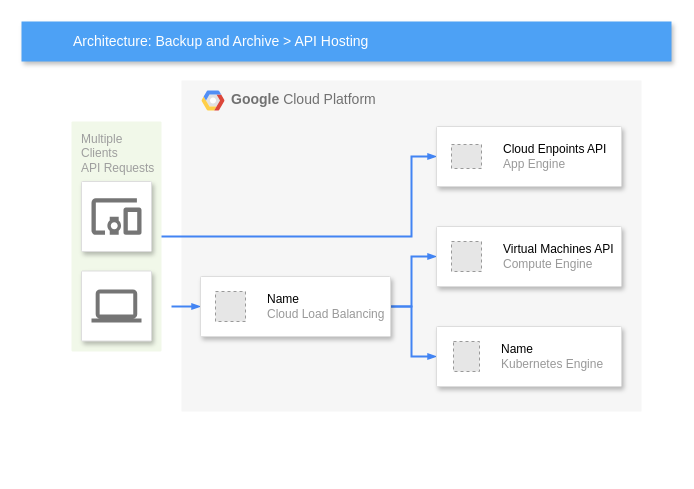
Before: Diagram Tanpa Judul.drawio in AgriScan-C242-PS521/tes, a draw.io diagram. Source tidied: cells renumbered, new cells numbered last; positions are measured from the earlier drawing's top-left corner, leaving out a move shared by most shapes. Both pictures are drawn from the tidied source at 100%, with x=0, y=0 at pixel (21, 21). Pictures stored in the file or linked from it are replaced by grey dashed boxes.
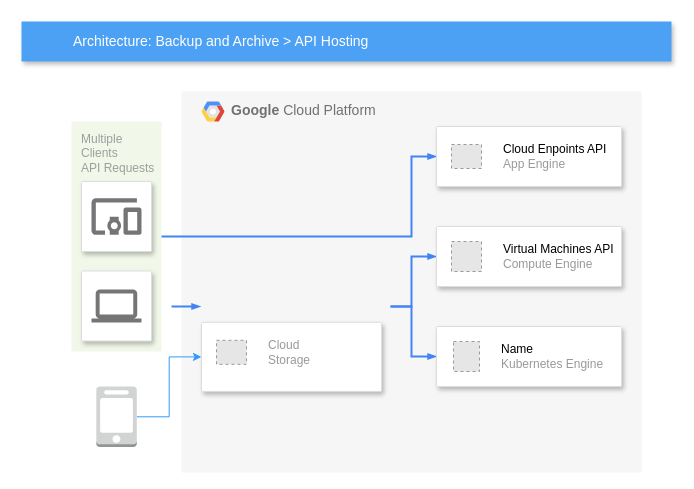
The same diagram, later.

The change refers to these unchanged cells:
```xml
<mxCell id="14" style="strokeColor=#dddddd;shadow=1;strokeWidth=1;rounded=1;absoluteArcSize=1;arcSize=2;" parent="1" vertex="1">
  <mxGeometry x="415" y="205" width="185" height="60" as="geometry" />
</mxCell>
<mxCell id="18" style="strokeColor=#dddddd;shadow=1;strokeWidth=1;rounded=1;absoluteArcSize=1;arcSize=2;" parent="1" vertex="1">
  <mxGeometry x="415" y="305" width="185" height="60" as="geometry" />
</mxCell>
```

Change to the diagram source:
```diff
@@
     <mxCell id="2" value="&lt;b&gt;Google &lt;/b&gt;Cloud Platform" style="fillColor=#F6F6F6;strokeColor=none;shadow=0;gradientColor=none;fontSize=14;align=left;spacing=10;fontColor=#717171;9E9E9E;verticalAlign=top;spacingTop=-4;fontStyle=0;spacingLeft=40;html=1;" parent="1" vertex="1">
-      <mxGeometry x="160" y="59" width="460" height="331" as="geometry" />
+      <mxGeometry x="160" y="70" width="460" height="381" as="geometry" />
     </mxCell>
@@
+    <mxCell id="22" style="strokeColor=#dddddd;shadow=1;strokeWidth=1;rounded=1;absoluteArcSize=1;arcSize=2;" parent="2" vertex="1">
+      <mxGeometry x="20" y="230.8" width="180" height="69.1" as="geometry" />
+    </mxCell>
+    <mxCell id="23" value="Cloud&#10;Storage" style="fillColor=#E6E6E6;strokeColor=#999999;dashed=1;html=1;fontColor=#999999;verticalLabelPosition=middle;verticalAlign=middle;labelPosition=right;align=left;spacingLeft=20;" parent="22" vertex="1">
+      <mxGeometry width="30" height="24" relative="1" as="geometry">
+        <mxPoint x="15" y="18" as="offset" />
+      </mxGeometry>
+    </mxCell>
@@
-    <mxCell id="9" style="edgeStyle=elbowEdgeStyle;rounded=0;elbow=vertical;html=1;labelBackgroundColor=none;startFill=1;startSize=4;endArrow=blockThin;endFill=1;endSize=4;jettySize=auto;strokeColor=#4284F3;strokeWidth=2;fontSize=12;fontColor=#000000;align=left;dashed=0;" parent="1" edge="1" target="20">
+    <mxCell id="9" style="edgeStyle=elbowEdgeStyle;rounded=0;elbow=vertical;html=1;labelBackgroundColor=none;startFill=1;startSize=4;endArrow=blockThin;endFill=1;endSize=4;jettySize=auto;orthogonalLoop=1;strokeColor=#4284F3;strokeWidth=2;fontSize=12;fontColor=#000000;align=left;dashed=0;" parent="1" edge="1">
       <mxGeometry relative="1" as="geometry">
         <mxPoint x="150" y="285" as="sourcePoint" />
+        <mxPoint x="179" y="285" as="targetPoint" />
       </mxGeometry>
     </mxCell>
@@
-    <mxCell id="12" style="edgeStyle=orthogonalEdgeStyle;rounded=0;elbow=vertical;html=1;labelBackgroundColor=none;startFill=1;startSize=4;endArrow=blockThin;endFill=1;endSize=4;jettySize=auto;strokeColor=#4284F3;strokeWidth=2;fontSize=12;fontColor=#000000;align=left;dashed=0;" parent="1" edge="1" source="20" target="14">
+    <mxCell id="12" style="edgeStyle=orthogonalEdgeStyle;rounded=0;elbow=vertical;html=1;labelBackgroundColor=none;startFill=1;startSize=4;endArrow=blockThin;endFill=1;endSize=4;jettySize=auto;strokeColor=#4284F3;strokeWidth=2;fontSize=12;fontColor=#000000;align=left;dashed=0;" parent="1" edge="1" target="14">
       <mxGeometry relative="1" as="geometry">
+        <mxPoint x="369" y="285" as="sourcePoint" />
         <Array as="points">
           <mxPoint x="390" y="285" />
           <mxPoint x="390" y="235" />
         </Array>
       </mxGeometry>
     </mxCell>
-    <mxCell id="13" style="edgeStyle=orthogonalEdgeStyle;rounded=0;elbow=vertical;html=1;labelBackgroundColor=none;startFill=1;startSize=4;endArrow=blockThin;endFill=1;endSize=4;jettySize=auto;strokeColor=#4284F3;strokeWidth=2;fontSize=12;fontColor=#000000;align=left;dashed=0;" parent="1" edge="1" source="20" target="18">
+    <mxCell id="13" style="edgeStyle=orthogonalEdgeStyle;rounded=0;elbow=vertical;html=1;labelBackgroundColor=none;startFill=1;startSize=4;endArrow=blockThin;endFill=1;endSize=4;jettySize=auto;strokeColor=#4284F3;strokeWidth=2;fontSize=12;fontColor=#000000;align=left;dashed=0;" parent="1" edge="1" target="18">
       <mxGeometry relative="1" as="geometry">
+        <mxPoint x="369" y="285" as="sourcePoint" />
         <Array as="points">
           <mxPoint x="390" y="285" />
           <mxPoint x="390" y="335" />
         </Array>
       </mxGeometry>
     </mxCell>
@@
-    <mxCell id="20" style="strokeColor=#dddddd;shadow=1;strokeWidth=1;rounded=1;absoluteArcSize=1;arcSize=2;" parent="1" vertex="1">
-      <mxGeometry x="179" y="255" width="190" height="60" as="geometry" />
-    </mxCell>
-    <mxCell id="21" value="&lt;font color=&quot;#000000&quot;&gt;Name&lt;/font&gt;&lt;br&gt;Cloud Load Balancing" style="fillColor=#E6E6E6;strokeColor=#999999;dashed=1;html=1;fontColor=#999999;verticalLabelPosition=middle;verticalAlign=middle;labelPosition=right;align=left;spacingLeft=20;" parent="20" vertex="1">
-      <mxGeometry width="30" height="30" relative="1" as="geometry">
-        <mxPoint x="15" y="15" as="offset" />
-      </mxGeometry>
-    </mxCell>
+    <mxCell id="24" style="edgeStyle=orthogonalEdgeStyle;rounded=0;jettySize=auto;html=1;strokeColor=#3399FF;" parent="1" edge="1" source="25" target="22">
+      <mxGeometry relative="1" as="geometry" />
+    </mxCell>
+    <mxCell id="25" style="outlineConnect=0;dashed=0;verticalLabelPosition=bottom;verticalAlign=top;align=center;html=1;shape=mxgraph.aws3.mobile_client;fillColor=#D2D3D3;gradientColor=none;" parent="1" vertex="1">
+      <mxGeometry x="74.8" y="365" width="40.5" height="60.5" as="geometry" />
+    </mxCell>
```
